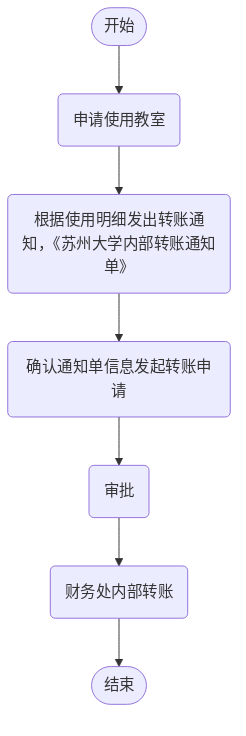
Above: outline2flow/flow_outputs/page_24.png in AmyIvan/work1 (Mermaid), before the change. Its source is kept beside it as outline2flow/mmd_outputs/page_24.mmd.
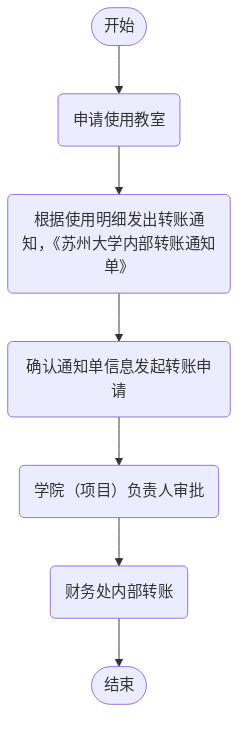
Above is the later version.

What changed in the source:
```diff
@@ -2,6 +2,6 @@
     Start(["开始"]) --> Apply("申请使用教室")
     Apply --> Notify("根据使用明细发出转账通知，《苏州大学内部转账通知单》")
     Notify --> Confirm("确认通知单信息发起转账申请")
-    Confirm --> Approve("审批")
+    Confirm --> Approve("学院（项目）负责人审批")
     Approve --> Transfer("财务处内部转账")
     Transfer --> End(["结束"])
```
